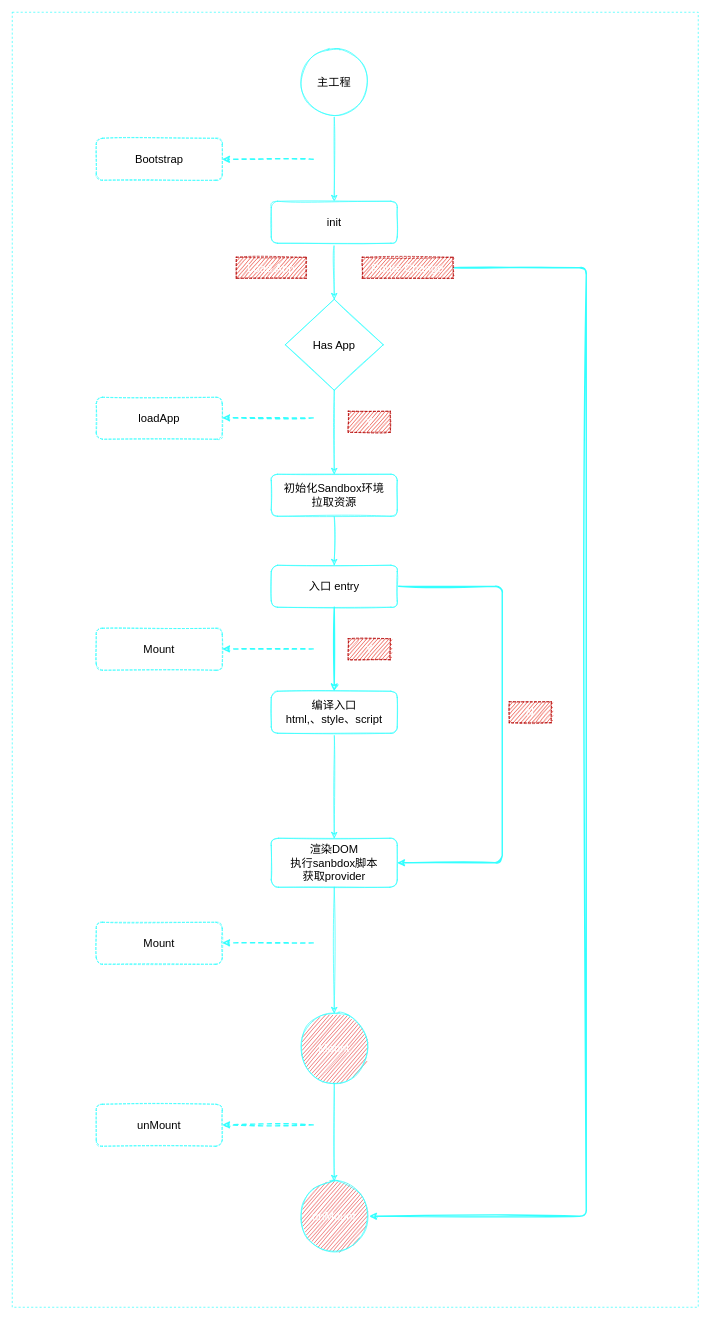
Above: page "生命周期" (1 of 3) of engineering/micro-frontends/images/structure.drawio in Rain120/study-notes (draw.io), before the change. Source tidied: cells renumbered, new cells numbered last; positions are measured from the earlier drawing's top-left corner, leaving out a move shared by most shapes. Both pictures are drawn from the tidied source at 70%, with x=0, y=0 at pixel (12, 12).
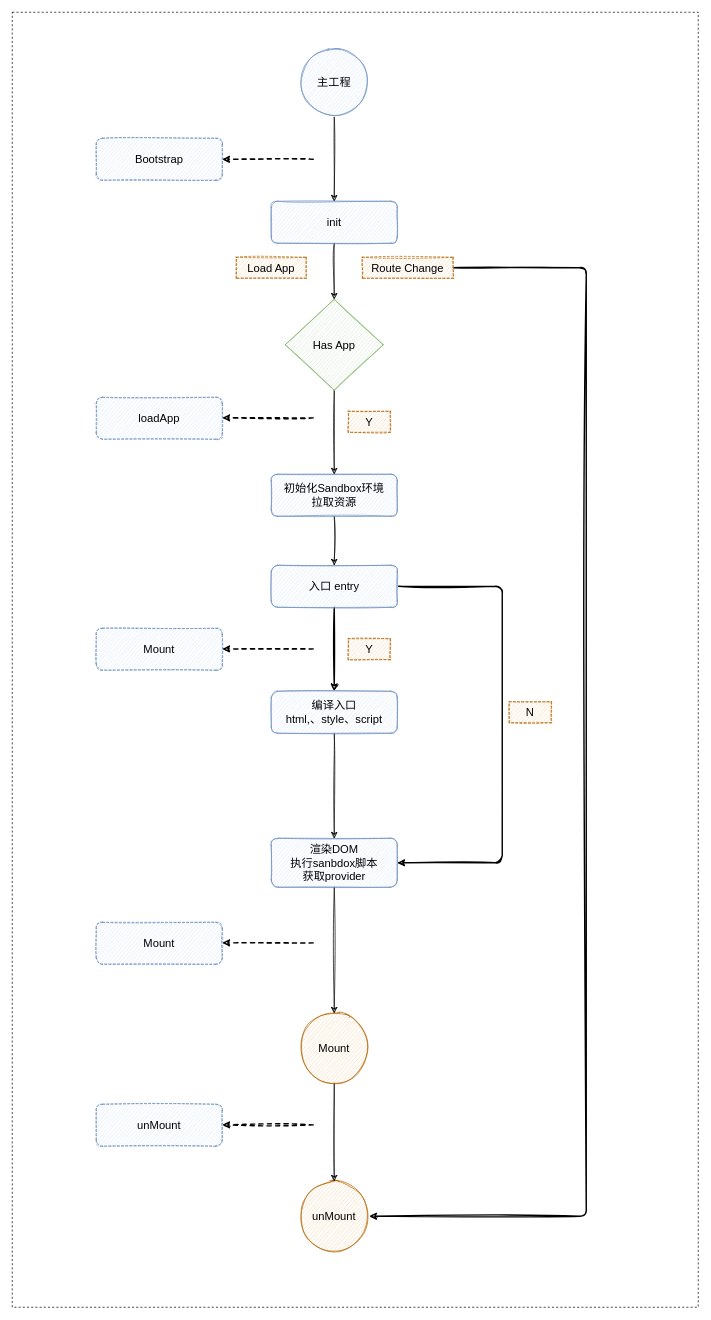
The same diagram, later.

What changed in the source:
```diff
@@
-    <mxCell id="2" style="rounded=0;whiteSpace=wrap;html=1;shadow=0;dashed=1;fontSize=16;fillColor=none;strokeColor=#33FFFF;" parent="1" vertex="1">
+    <mxCell id="2" style="rounded=0;whiteSpace=wrap;html=1;shadow=0;dashed=1;fontSize=16;fillColor=none;strokeColor=#000000;" parent="1" vertex="1">
       <mxGeometry width="980" height="1850" as="geometry" />
     </mxCell>
-    <mxCell id="3" style="edgeStyle=none;html=1;entryX=0.5;entryY=0;entryDx=0;entryDy=0;fontSize=16;sketch=1;shadow=0;strokeColor=#33FFFF;" parent="1" edge="1" source="4" target="6">
+    <mxCell id="3" style="edgeStyle=none;html=1;entryX=0.5;entryY=0;entryDx=0;entryDy=0;fontSize=16;sketch=1;shadow=0;strokeColor=#000000;" parent="1" edge="1" source="4" target="6">
       <mxGeometry relative="1" as="geometry" />
     </mxCell>
-    <mxCell id="4" value="主工程" style="ellipse;whiteSpace=wrap;html=1;fontSize=16;sketch=1;shadow=0;strokeColor=#33FFFF;" parent="1" vertex="1">
+    <mxCell id="4" value="主工程" style="ellipse;whiteSpace=wrap;html=1;fontSize=16;sketch=1;shadow=0;fillColor=#dae8fc;strokeColor=#6c8ebf;" parent="1" vertex="1">
       <mxGeometry x="410" y="50" width="100" height="100" as="geometry" />
     </mxCell>
-    <mxCell id="5" style="edgeStyle=none;html=1;fontSize=16;sketch=1;shadow=0;strokeColor=#33FFFF;" parent="1" edge="1" source="6" target="8">
+    <mxCell id="5" style="edgeStyle=none;html=1;fontSize=16;sketch=1;shadow=0;strokeColor=#000000;" parent="1" edge="1" source="6" target="8">
       <mxGeometry relative="1" as="geometry" />
     </mxCell>
-    <mxCell id="6" value="init" style="rounded=1;whiteSpace=wrap;html=1;fontSize=16;sketch=1;shadow=0;strokeColor=#33FFFF;" parent="1" vertex="1">
+    <mxCell id="6" value="init" style="rounded=1;whiteSpace=wrap;html=1;fontSize=16;sketch=1;shadow=0;fillColor=#dae8fc;strokeColor=#6c8ebf;" parent="1" vertex="1">
       <mxGeometry x="370" y="270" width="180" height="60" as="geometry" />
     </mxCell>
-    <mxCell id="7" style="edgeStyle=none;html=1;entryX=0.5;entryY=0;entryDx=0;entryDy=0;fontSize=16;sketch=1;shadow=0;strokeColor=#33FFFF;" parent="1" edge="1" source="8" target="10">
+    <mxCell id="7" style="edgeStyle=none;html=1;entryX=0.5;entryY=0;entryDx=0;entryDy=0;fontSize=16;sketch=1;shadow=0;strokeColor=#000000;" parent="1" edge="1" source="8" target="10">
       <mxGeometry relative="1" as="geometry" />
     </mxCell>
-    <mxCell id="8" value="Has App" style="rhombus;whiteSpace=wrap;html=1;fontSize=16;sketch=1;shadow=0;strokeColor=#33FFFF;" parent="1" vertex="1">
+    <mxCell id="8" value="Has App" style="rhombus;whiteSpace=wrap;html=1;fontSize=16;sketch=1;shadow=0;fillColor=#d5e8d4;strokeColor=#82b366;" parent="1" vertex="1">
       <mxGeometry x="390" y="410" width="140" height="130" as="geometry" />
     </mxCell>
-    <mxCell id="9" style="edgeStyle=none;html=1;entryX=0.5;entryY=0;entryDx=0;entryDy=0;fontSize=16;sketch=1;shadow=0;strokeColor=#33FFFF;" parent="1" edge="1" source="10" target="12">
+    <mxCell id="9" style="edgeStyle=none;html=1;entryX=0.5;entryY=0;entryDx=0;entryDy=0;fontSize=16;sketch=1;shadow=0;strokeColor=#000000;" parent="1" edge="1" source="10" target="12">
       <mxGeometry relative="1" as="geometry" />
     </mxCell>
-    <mxCell id="10" value="初始化Sandbox环境&lt;br&gt;拉取资源" style="rounded=1;whiteSpace=wrap;html=1;fontSize=16;sketch=1;shadow=0;strokeColor=#33FFFF;" parent="1" vertex="1">
+    <mxCell id="10" value="初始化Sandbox环境&lt;br&gt;拉取资源" style="rounded=1;whiteSpace=wrap;html=1;fontSize=16;sketch=1;shadow=0;fillColor=#dae8fc;strokeColor=#6c8ebf;" parent="1" vertex="1">
       <mxGeometry x="370" y="660" width="180" height="60" as="geometry" />
     </mxCell>
-    <mxCell id="11" style="edgeStyle=none;html=1;entryX=0.5;entryY=0;entryDx=0;entryDy=0;fontSize=16;strokeWidth=2;sketch=1;shadow=0;strokeColor=#33FFFF;" parent="1" edge="1" source="12" target="14">
+    <mxCell id="11" style="edgeStyle=none;html=1;entryX=0.5;entryY=0;entryDx=0;entryDy=0;fontSize=16;strokeWidth=2;sketch=1;shadow=0;strokeColor=#000000;" parent="1" edge="1" source="12" target="14">
       <mxGeometry relative="1" as="geometry" />
     </mxCell>
-    <mxCell id="12" value="入口 entry" style="rounded=1;whiteSpace=wrap;html=1;fontSize=16;sketch=1;shadow=0;strokeColor=#33FFFF;" parent="1" vertex="1">
+    <mxCell id="12" value="入口 entry" style="rounded=1;whiteSpace=wrap;html=1;fontSize=16;sketch=1;shadow=0;fillColor=#dae8fc;strokeColor=#6c8ebf;" parent="1" vertex="1">
       <mxGeometry x="370" y="790" width="180" height="60" as="geometry" />
     </mxCell>
-    <mxCell id="13" style="edgeStyle=none;html=1;entryX=0.5;entryY=0;entryDx=0;entryDy=0;fontSize=16;sketch=1;shadow=0;strokeColor=#33FFFF;" parent="1" edge="1" source="14" target="16">
+    <mxCell id="13" style="edgeStyle=none;html=1;entryX=0.5;entryY=0;entryDx=0;entryDy=0;fontSize=16;sketch=1;shadow=0;strokeColor=#000000;" parent="1" edge="1" source="14" target="16">
       <mxGeometry relative="1" as="geometry" />
     </mxCell>
-    <mxCell id="14" value="编译入口&lt;br&gt;html,、style、script" style="rounded=1;whiteSpace=wrap;html=1;fontSize=16;sketch=1;shadow=0;strokeColor=#33FFFF;" parent="1" vertex="1">
+    <mxCell id="14" value="编译入口&lt;br&gt;html,、style、script" style="rounded=1;whiteSpace=wrap;html=1;fontSize=16;sketch=1;shadow=0;fillColor=#dae8fc;strokeColor=#6c8ebf;" parent="1" vertex="1">
       <mxGeometry x="370" y="970" width="180" height="60" as="geometry" />
     </mxCell>
-    <mxCell id="15" style="edgeStyle=none;html=1;fontSize=16;sketch=1;shadow=0;strokeColor=#33FFFF;" parent="1" edge="1" source="16" target="19">
+    <mxCell id="15" style="edgeStyle=none;html=1;fontSize=16;sketch=1;shadow=0;strokeColor=#000000;" parent="1" edge="1" source="16" target="19">
       <mxGeometry relative="1" as="geometry" />
     </mxCell>
-    <mxCell id="16" value="渲染DOM&lt;br&gt;执行sanbdox脚本&lt;br&gt;获取provider" style="rounded=1;whiteSpace=wrap;html=1;fontSize=16;sketch=1;shadow=0;strokeColor=#33FFFF;" parent="1" vertex="1">
+    <mxCell id="16" value="渲染DOM&lt;br&gt;执行sanbdox脚本&lt;br&gt;获取provider" style="rounded=1;whiteSpace=wrap;html=1;fontSize=16;sketch=1;shadow=0;fillColor=#dae8fc;strokeColor=#6c8ebf;" parent="1" vertex="1">
       <mxGeometry x="370" y="1180" width="180" height="70" as="geometry" />
     </mxCell>
-    <mxCell id="17" value="&lt;span&gt;unMount&lt;/span&gt;" style="ellipse;whiteSpace=wrap;html=1;fontSize=16;fillColor=#E52E2E;fontColor=#ffffff;strokeColor=#33FFFF;sketch=1;shadow=0;" parent="1" vertex="1">
+    <mxCell id="17" value="&lt;span&gt;unMount&lt;/span&gt;" style="ellipse;whiteSpace=wrap;html=1;fontSize=16;sketch=1;shadow=0;strokeColor=#b46504;fillColor=#fad7ac;" parent="1" vertex="1">
       <mxGeometry x="410" y="1670" width="100" height="100" as="geometry" />
     </mxCell>
-    <mxCell id="18" style="edgeStyle=none;html=1;fontSize=16;sketch=1;shadow=0;strokeColor=#33FFFF;" parent="1" edge="1" source="19" target="17">
+    <mxCell id="18" style="edgeStyle=none;html=1;fontSize=16;sketch=1;shadow=0;strokeColor=#000000;" parent="1" edge="1" source="19" target="17">
       <mxGeometry relative="1" as="geometry" />
     </mxCell>
-    <mxCell id="19" value="Mount" style="ellipse;whiteSpace=wrap;html=1;fontSize=16;fillColor=#E52E2E;fontColor=#ffffff;strokeColor=#33FFFF;sketch=1;shadow=0;" parent="1" vertex="1">
+    <mxCell id="19" value="Mount" style="ellipse;whiteSpace=wrap;html=1;fontSize=16;sketch=1;shadow=0;strokeColor=#b46504;fillColor=#fad7ac;" parent="1" vertex="1">
       <mxGeometry x="410" y="1430" width="100" height="100" as="geometry" />
     </mxCell>
-    <mxCell id="20" value="Bootstrap" style="rounded=1;whiteSpace=wrap;html=1;fontSize=16;dashed=1;strokeColor=#33FFFF;sketch=1;shadow=0;" parent="1" vertex="1">
+    <mxCell id="20" value="Bootstrap" style="rounded=1;whiteSpace=wrap;html=1;fontSize=16;dashed=1;sketch=1;shadow=0;fillColor=#dae8fc;strokeColor=#6c8ebf;" parent="1" vertex="1">
       <mxGeometry x="120" y="180" width="180" height="60" as="geometry" />
     </mxCell>
-    <mxCell id="21" value="loadApp" style="rounded=1;whiteSpace=wrap;html=1;fontSize=16;dashed=1;strokeColor=#33FFFF;sketch=1;shadow=0;" parent="1" vertex="1">
+    <mxCell id="21" value="loadApp" style="rounded=1;whiteSpace=wrap;html=1;fontSize=16;dashed=1;sketch=1;shadow=0;fillColor=#dae8fc;strokeColor=#6c8ebf;" parent="1" vertex="1">
       <mxGeometry x="120" y="550" width="180" height="60" as="geometry" />
     </mxCell>
-    <mxCell id="22" value="Mount" style="rounded=1;whiteSpace=wrap;html=1;fontSize=16;dashed=1;strokeColor=#33FFFF;sketch=1;shadow=0;" parent="1" vertex="1">
+    <mxCell id="22" value="Mount" style="rounded=1;whiteSpace=wrap;html=1;fontSize=16;dashed=1;sketch=1;shadow=0;fillColor=#dae8fc;strokeColor=#6c8ebf;" parent="1" vertex="1">
       <mxGeometry x="120" y="1300" width="180" height="60" as="geometry" />
     </mxCell>
-    <mxCell id="23" value="unMount" style="rounded=1;whiteSpace=wrap;html=1;fontSize=16;dashed=1;strokeColor=#33FFFF;sketch=1;shadow=0;" parent="1" vertex="1">
+    <mxCell id="23" value="unMount" style="rounded=1;whiteSpace=wrap;html=1;fontSize=16;dashed=1;sketch=1;shadow=0;fillColor=#dae8fc;strokeColor=#6c8ebf;" parent="1" vertex="1">
       <mxGeometry x="120" y="1560" width="180" height="60" as="geometry" />
     </mxCell>
-    <mxCell id="24" style="endArrow=classic;html=1;fontSize=16;dashed=1;fillColor=#a20025;strokeColor=#33FFFF;strokeWidth=2;sketch=1;shadow=0;" parent="1" edge="1">
+    <mxCell id="24" style="endArrow=classic;html=1;fontSize=16;dashed=1;fillColor=#a20025;strokeColor=#000000;strokeWidth=2;sketch=1;shadow=0;" parent="1" edge="1">
       <mxGeometry relative="1" as="geometry">
         <mxPoint x="430" y="210" as="sourcePoint" />
         <mxPoint x="300" y="210" as="targetPoint" />
       </mxGeometry>
     </mxCell>
-    <mxCell id="25" style="endArrow=classic;html=1;fontSize=16;dashed=1;fillColor=#a20025;strokeColor=#33FFFF;strokeWidth=2;sketch=1;shadow=0;" parent="1" edge="1">
+    <mxCell id="25" style="endArrow=classic;html=1;fontSize=16;dashed=1;fillColor=#a20025;strokeColor=#000000;strokeWidth=2;sketch=1;shadow=0;" parent="1" edge="1">
       <mxGeometry relative="1" as="geometry">
         <mxPoint x="430" y="579.5" as="sourcePoint" />
         <mxPoint x="300" y="579.5" as="targetPoint" />
       </mxGeometry>
     </mxCell>
-    <mxCell id="26" style="endArrow=classic;html=1;fontSize=16;dashed=1;fillColor=#a20025;strokeColor=#33FFFF;strokeWidth=2;sketch=1;shadow=0;" parent="1" edge="1">
+    <mxCell id="26" style="endArrow=classic;html=1;fontSize=16;dashed=1;fillColor=#a20025;strokeColor=#000000;strokeWidth=2;sketch=1;shadow=0;" parent="1" edge="1">
       <mxGeometry relative="1" as="geometry">
         <mxPoint x="430" y="1329.5" as="sourcePoint" />
         <mxPoint x="300" y="1329.5" as="targetPoint" />
       </mxGeometry>
     </mxCell>
-    <mxCell id="27" style="endArrow=classic;html=1;fontSize=16;dashed=1;fillColor=#a20025;strokeColor=#33FFFF;strokeWidth=2;sketch=1;shadow=0;" parent="1" edge="1">
+    <mxCell id="27" style="endArrow=classic;html=1;fontSize=16;dashed=1;fillColor=#a20025;strokeColor=#000000;strokeWidth=2;sketch=1;shadow=0;" parent="1" edge="1">
       <mxGeometry relative="1" as="geometry">
         <mxPoint x="430" y="1589.5" as="sourcePoint" />
         <mxPoint x="300" y="1589.5" as="targetPoint" />
       </mxGeometry>
     </mxCell>
-    <mxCell id="28" value="Mount" style="rounded=1;whiteSpace=wrap;html=1;fontSize=16;dashed=1;strokeColor=#33FFFF;sketch=1;shadow=0;" parent="1" vertex="1">
+    <mxCell id="28" value="Mount" style="rounded=1;whiteSpace=wrap;html=1;fontSize=16;dashed=1;sketch=1;shadow=0;fillColor=#dae8fc;strokeColor=#6c8ebf;" parent="1" vertex="1">
       <mxGeometry x="120" y="880" width="180" height="60" as="geometry" />
     </mxCell>
-    <mxCell id="29" style="endArrow=classic;html=1;fontSize=16;dashed=1;fillColor=#a20025;strokeColor=#33FFFF;strokeWidth=2;sketch=1;shadow=0;" parent="1" edge="1">
+    <mxCell id="29" style="endArrow=classic;html=1;fontSize=16;dashed=1;fillColor=#a20025;strokeColor=#000000;strokeWidth=2;sketch=1;shadow=0;" parent="1" edge="1">
       <mxGeometry relative="1" as="geometry">
         <mxPoint x="430" y="909.5" as="sourcePoint" />
         <mxPoint x="300" y="909.5" as="targetPoint" />
       </mxGeometry>
     </mxCell>
-    <mxCell id="30" value="Y" style="text;html=1;strokeColor=#B20000;fillColor=#e51400;align=center;verticalAlign=middle;whiteSpace=wrap;rounded=0;dashed=1;fontSize=16;sketch=1;shadow=0;fontColor=#ffffff;" parent="1" vertex="1">
+    <mxCell id="30" value="Y" style="text;html=1;strokeColor=#b46504;fillColor=#fad7ac;align=center;verticalAlign=middle;whiteSpace=wrap;rounded=0;dashed=1;fontSize=16;sketch=1;shadow=0;" parent="1" vertex="1">
       <mxGeometry x="480" y="895" width="60" height="30" as="geometry" />
     </mxCell>
-    <mxCell id="31" style="endArrow=classic;html=1;fontSize=16;strokeWidth=2;sketch=1;shadow=0;strokeColor=#33FFFF;" parent="1" edge="1">
+    <mxCell id="31" style="endArrow=classic;html=1;fontSize=16;strokeWidth=2;sketch=1;shadow=0;strokeColor=#000000;" parent="1" edge="1">
       <mxGeometry relative="1" as="geometry">
         <mxPoint x="552" y="820" as="sourcePoint" />
         <mxPoint x="550" y="1215" as="targetPoint" />
         <Array as="points">
           <mxPoint x="700" y="820" />
           <mxPoint x="700" y="1215" />
         </Array>
       </mxGeometry>
     </mxCell>
-    <mxCell id="32" value="N" style="text;html=1;strokeColor=#B20000;fillColor=#e51400;align=center;verticalAlign=middle;whiteSpace=wrap;rounded=0;dashed=1;fontSize=16;sketch=1;shadow=0;fontColor=#ffffff;" parent="1" vertex="1">
+    <mxCell id="32" value="N" style="text;html=1;strokeColor=#b46504;fillColor=#fad7ac;align=center;verticalAlign=middle;whiteSpace=wrap;rounded=0;dashed=1;fontSize=16;sketch=1;shadow=0;" parent="1" vertex="1">
       <mxGeometry x="710" y="985" width="60" height="30" as="geometry" />
     </mxCell>
-    <mxCell id="33" value="Y" style="text;html=1;strokeColor=#B20000;fillColor=#e51400;align=center;verticalAlign=middle;whiteSpace=wrap;rounded=0;dashed=1;fontSize=16;sketch=1;shadow=0;fontColor=#ffffff;" parent="1" vertex="1">
+    <mxCell id="33" value="Y" style="text;html=1;strokeColor=#b46504;fillColor=#fad7ac;align=center;verticalAlign=middle;whiteSpace=wrap;rounded=0;dashed=1;fontSize=16;sketch=1;shadow=0;" parent="1" vertex="1">
       <mxGeometry x="480" y="570" width="60" height="30" as="geometry" />
     </mxCell>
-    <mxCell id="34" value="Load App" style="text;html=1;strokeColor=#B20000;fillColor=#e51400;align=center;verticalAlign=middle;whiteSpace=wrap;rounded=0;dashed=1;fontSize=16;sketch=1;shadow=0;fontColor=#ffffff;" parent="1" vertex="1">
+    <mxCell id="34" value="Load App" style="text;html=1;align=center;verticalAlign=middle;whiteSpace=wrap;rounded=0;dashed=1;fontSize=16;sketch=1;shadow=0;strokeColor=#b46504;fillColor=#fad7ac;" parent="1" vertex="1">
       <mxGeometry x="320" y="350" width="100" height="30" as="geometry" />
     </mxCell>
-    <mxCell id="35" style="edgeStyle=none;html=1;fontSize=16;strokeWidth=2;exitX=1;exitY=0.5;exitDx=0;exitDy=0;entryX=1;entryY=0.5;entryDx=0;entryDy=0;sketch=1;shadow=0;strokeColor=#33FFFF;" parent="1" edge="1" source="36" target="17">
+    <mxCell id="35" style="edgeStyle=none;html=1;fontSize=16;strokeWidth=2;exitX=1;exitY=0.5;exitDx=0;exitDy=0;entryX=1;entryY=0.5;entryDx=0;entryDy=0;sketch=1;shadow=0;strokeColor=#000000;" parent="1" edge="1" source="36" target="17">
       <mxGeometry relative="1" as="geometry">
         <Array as="points">
           <mxPoint x="820" y="365" />
           <mxPoint x="820" y="1720" />
         </Array>
       </mxGeometry>
     </mxCell>
-    <mxCell id="36" value="Route Change" style="text;html=1;strokeColor=#B20000;fillColor=#e51400;align=center;verticalAlign=middle;whiteSpace=wrap;rounded=0;dashed=1;fontSize=16;sketch=1;shadow=0;fontColor=#ffffff;" parent="1" vertex="1">
+    <mxCell id="36" value="Route Change" style="text;html=1;strokeColor=#b46504;fillColor=#fad7ac;align=center;verticalAlign=middle;whiteSpace=wrap;rounded=0;dashed=1;fontSize=16;sketch=1;shadow=0;" parent="1" vertex="1">
       <mxGeometry x="500" y="350" width="130" height="30" as="geometry" />
     </mxCell>
```
